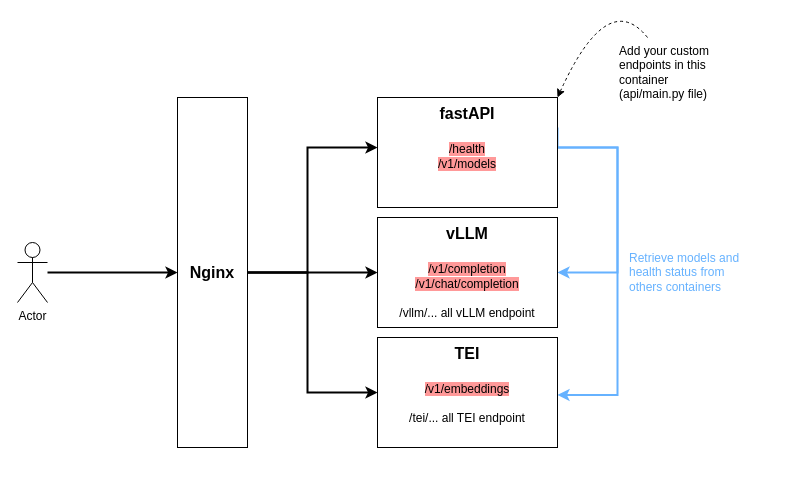
This is assets/vllmembeddings.drawio from etalab-ia/albert-models, a draw.io file, before an edit. Source tidied: cells renumbered, new cells numbered last; positions are measured from the earlier drawing's top-left corner, leaving out a move shared by most shapes. Both pictures are drawn from the tidied source at 100%, with x=0, y=0 at pixel (17, -13). Pictures stored in the file or linked from it are replaced by grey dashed boxes.
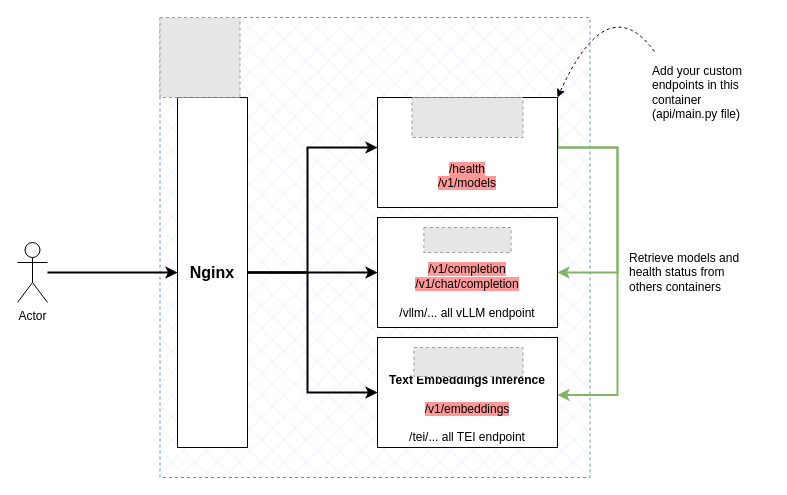
Above is the later version.

The change refers to these unchanged cells:
```xml
<mxCell id="5" value="&lt;font style=&quot;font-size: 16px;&quot;&gt;&lt;b&gt;Nginx&lt;/b&gt;&lt;/font&gt;" style="rounded=0;whiteSpace=wrap;html=1;verticalAlign=middle;" parent="1" vertex="1">
  <mxGeometry x="160" y="110" width="70" height="350" as="geometry" />
</mxCell>
```

Change to the diagram source:
```diff
@@
-    <mxCell id="2" style="edgeStyle=orthogonalEdgeStyle;rounded=0;jettySize=auto;html=1;strokeWidth=2;" parent="1" edge="1" source="5" target="8">
-      <mxGeometry relative="1" as="geometry">
-        <Array as="points">
-          <mxPoint x="290" y="285" />
-          <mxPoint x="290" y="160" />
-        </Array>
-      </mxGeometry>
-    </mxCell>
-    <mxCell id="3" style="edgeStyle=orthogonalEdgeStyle;rounded=0;jettySize=auto;html=1;strokeWidth=2;" parent="1" edge="1" source="5" target="9">
-      <mxGeometry relative="1" as="geometry" />
-    </mxCell>
-    <mxCell id="4" style="edgeStyle=orthogonalEdgeStyle;rounded=0;jettySize=auto;html=1;exitX=1;exitY=0.5;exitDx=0;exitDy=0;entryX=0;entryY=0.5;entryDx=0;entryDy=0;strokeWidth=2;" parent="1" edge="1" source="5" target="10">
-      <mxGeometry relative="1" as="geometry">
-        <Array as="points">
-          <mxPoint x="290" y="285" />
-          <mxPoint x="290" y="405" />
-        </Array>
-      </mxGeometry>
-    </mxCell>
+    <mxCell id="16" style="rounded=0;whiteSpace=wrap;html=1;fillColor=#dae8fc;dashed=1;strokeColor=#6c8ebf;gradientColor=none;fillStyle=cross-hatch;" parent="1" vertex="1">
+      <mxGeometry x="142.5" y="30" width="430" height="460" as="geometry" />
+    </mxCell>
+    <mxCell id="17" style="edgeStyle=orthogonalEdgeStyle;rounded=0;jettySize=auto;html=1;strokeWidth=2;" parent="1" edge="1" source="5" target="22">
+      <mxGeometry relative="1" as="geometry">
+        <Array as="points">
+          <mxPoint x="290" y="285" />
+          <mxPoint x="290" y="160" />
+        </Array>
+      </mxGeometry>
+    </mxCell>
+    <mxCell id="18" style="edgeStyle=orthogonalEdgeStyle;rounded=0;jettySize=auto;html=1;strokeWidth=2;" parent="1" edge="1" source="5" target="23">
+      <mxGeometry relative="1" as="geometry" />
+    </mxCell>
+    <mxCell id="19" style="edgeStyle=orthogonalEdgeStyle;rounded=0;jettySize=auto;html=1;exitX=1;exitY=0.5;exitDx=0;exitDy=0;entryX=0;entryY=0.5;entryDx=0;entryDy=0;strokeWidth=2;" parent="1" edge="1" source="5" target="24">
+      <mxGeometry relative="1" as="geometry">
+        <Array as="points">
+          <mxPoint x="290" y="285" />
+          <mxPoint x="290" y="405" />
+        </Array>
+      </mxGeometry>
+    </mxCell>
@@
-    <mxCell id="6" style="edgeStyle=orthogonalEdgeStyle;rounded=0;jettySize=auto;html=1;entryX=1;entryY=0.5;entryDx=0;entryDy=0;fillColor=#dae8fc;strokeColor=#66B2FF;strokeWidth=2;" parent="1" edge="1" source="8" target="9">
-      <mxGeometry relative="1" as="geometry">
-        <Array as="points">
-          <mxPoint x="600" y="160" />
-          <mxPoint x="600" y="285" />
-        </Array>
-      </mxGeometry>
-    </mxCell>
-    <mxCell id="7" style="edgeStyle=orthogonalEdgeStyle;rounded=0;orthogonalLoop=1;jettySize=auto;html=1;entryX=1;entryY=0.75;entryDx=0;entryDy=0;fillColor=#dae8fc;strokeColor=#66B2FF;strokeWidth=2;" parent="1" edge="1">
-      <mxGeometry relative="1" as="geometry">
-        <mxPoint x="540" y="140" as="sourcePoint" />
-        <mxPoint x="540" y="407.5" as="targetPoint" />
-        <Array as="points">
-          <mxPoint x="540" y="160" />
-          <mxPoint x="600" y="160" />
-          <mxPoint x="600" y="408" />
-        </Array>
-      </mxGeometry>
-    </mxCell>
-    <mxCell id="8" value="&lt;b&gt;fastAPI&lt;/b&gt;&lt;div&gt;&lt;b&gt;&lt;br&gt;&lt;/b&gt;&lt;/div&gt;&lt;div style=&quot;font-size: 12px;&quot;&gt;&lt;font style=&quot;font-size: 12px; background-color: rgb(255, 153, 153);&quot;&gt;/health&lt;/font&gt;&lt;/div&gt;&lt;div style=&quot;font-size: 12px;&quot;&gt;&lt;font style=&quot;font-size: 12px; background-color: rgb(255, 153, 153);&quot;&gt;/v1/models&lt;/font&gt;&lt;/div&gt;" style="rounded=0;whiteSpace=wrap;html=1;fontSize=16;verticalAlign=top;" parent="1" vertex="1">
-      <mxGeometry x="360" y="110" width="180" height="110" as="geometry" />
-    </mxCell>
-    <mxCell id="9" value="&lt;b&gt;&lt;font style=&quot;font-size: 16px;&quot;&gt;vLLM&lt;/font&gt;&lt;/b&gt;&lt;div&gt;&lt;b&gt;&lt;font style=&quot;font-size: 16px;&quot;&gt;&lt;br&gt;&lt;/font&gt;&lt;/b&gt;&lt;/div&gt;&lt;div&gt;&lt;font style=&quot;font-size: 12px; background-color: rgb(255, 153, 153);&quot;&gt;/v1/completion&lt;/font&gt;&lt;/div&gt;&lt;div&gt;&lt;font style=&quot;font-size: 12px; background-color: rgb(255, 153, 153);&quot;&gt;/v1/chat/completion&lt;/font&gt;&lt;/div&gt;&lt;div&gt;&lt;font style=&quot;font-size: 12px;&quot;&gt;&lt;br&gt;&lt;/font&gt;&lt;/div&gt;&lt;div&gt;&lt;font style=&quot;font-size: 12px;&quot;&gt;/vllm/... all vLLM endpoint&lt;/font&gt;&lt;/div&gt;" style="rounded=0;whiteSpace=wrap;html=1;verticalAlign=top;" parent="1" vertex="1">
-      <mxGeometry x="360" y="230" width="180" height="110" as="geometry" />
-    </mxCell>
-    <mxCell id="10" value="&lt;b&gt;&lt;font style=&quot;font-size: 16px;&quot;&gt;TEI&lt;/font&gt;&lt;/b&gt;&lt;div&gt;&lt;b&gt;&lt;font style=&quot;font-size: 16px;&quot;&gt;&lt;br&gt;&lt;/font&gt;&lt;/b&gt;&lt;/div&gt;&lt;div&gt;&lt;font style=&quot;font-size: 12px; background-color: rgb(255, 153, 153);&quot;&gt;/v1/embeddings&lt;/font&gt;&lt;/div&gt;&lt;div&gt;&lt;font style=&quot;font-size: 12px;&quot;&gt;&lt;br&gt;&lt;/font&gt;&lt;/div&gt;&lt;div&gt;/tei/... all TEI endpoint&lt;/div&gt;" style="rounded=0;whiteSpace=wrap;html=1;verticalAlign=top;" parent="1" vertex="1">
-      <mxGeometry x="360" y="350" width="180" height="110" as="geometry" />
-    </mxCell>
+    <mxCell id="20" style="edgeStyle=orthogonalEdgeStyle;rounded=0;jettySize=auto;html=1;entryX=1;entryY=0.5;entryDx=0;entryDy=0;fillColor=#d5e8d4;strokeColor=#82b366;strokeWidth=2;" parent="1" edge="1" source="22" target="23">
+      <mxGeometry relative="1" as="geometry">
+        <Array as="points">
+          <mxPoint x="600" y="160" />
+          <mxPoint x="600" y="285" />
+        </Array>
+      </mxGeometry>
+    </mxCell>
+    <mxCell id="21" style="edgeStyle=orthogonalEdgeStyle;rounded=0;orthogonalLoop=1;jettySize=auto;html=1;entryX=1;entryY=0.75;entryDx=0;entryDy=0;fillColor=#d5e8d4;strokeColor=#82b366;strokeWidth=2;" parent="1" edge="1">
+      <mxGeometry relative="1" as="geometry">
+        <mxPoint x="540" y="140" as="sourcePoint" />
+        <mxPoint x="540" y="407.5" as="targetPoint" />
+        <Array as="points">
+          <mxPoint x="540" y="160" />
+          <mxPoint x="600" y="160" />
+          <mxPoint x="600" y="408" />
+        </Array>
+      </mxGeometry>
+    </mxCell>
+    <mxCell id="22" value="&lt;div&gt;&lt;br&gt;&lt;/div&gt;&lt;div&gt;&lt;br&gt;&lt;/div&gt;&lt;br&gt;&lt;div style=&quot;font-size: 12px;&quot;&gt;&lt;font style=&quot;font-size: 12px; background-color: rgb(255, 153, 153);&quot;&gt;/health&lt;/font&gt;&lt;/div&gt;&lt;div style=&quot;font-size: 12px;&quot;&gt;&lt;font style=&quot;font-size: 12px; background-color: rgb(255, 153, 153);&quot;&gt;/v1/models&lt;/font&gt;&lt;/div&gt;" style="rounded=0;whiteSpace=wrap;html=1;fontSize=16;verticalAlign=top;" parent="1" vertex="1">
+      <mxGeometry x="360" y="110" width="180" height="110" as="geometry" />
+    </mxCell>
+    <mxCell id="23" value="&lt;div style=&quot;font-size: 16px;&quot;&gt;&lt;br&gt;&lt;/div&gt;&lt;div&gt;&lt;b&gt;&lt;font style=&quot;font-size: 16px;&quot;&gt;&lt;br&gt;&lt;/font&gt;&lt;/b&gt;&lt;/div&gt;&lt;div&gt;&lt;font style=&quot;font-size: 12px; background-color: rgb(255, 153, 153);&quot;&gt;/v1/completion&lt;/font&gt;&lt;/div&gt;&lt;div&gt;&lt;font style=&quot;font-size: 12px; background-color: rgb(255, 153, 153);&quot;&gt;/v1/chat/completion&lt;/font&gt;&lt;/div&gt;&lt;div&gt;&lt;font style=&quot;font-size: 12px;&quot;&gt;&lt;br&gt;&lt;/font&gt;&lt;/div&gt;&lt;div&gt;&lt;font style=&quot;font-size: 12px;&quot;&gt;/vllm/... all vLLM endpoint&lt;/font&gt;&lt;/div&gt;" style="rounded=0;whiteSpace=wrap;html=1;verticalAlign=top;" parent="1" vertex="1">
+      <mxGeometry x="360" y="230" width="180" height="110" as="geometry" />
+    </mxCell>
+    <mxCell id="24" value="&lt;div&gt;&lt;b&gt;&lt;font style=&quot;font-size: 12px;&quot;&gt;&lt;br&gt;&lt;/font&gt;&lt;/b&gt;&lt;/div&gt;&lt;b&gt;&lt;font style=&quot;font-size: 12px;&quot;&gt;&lt;div&gt;&lt;b&gt;&lt;font style=&quot;font-size: 12px;&quot;&gt;&lt;br&gt;&lt;/font&gt;&lt;/b&gt;&lt;/div&gt;Text Embeddings Inference&lt;/font&gt;&lt;/b&gt;&lt;div&gt;&lt;br&gt;&lt;/div&gt;&lt;div&gt;&lt;font style=&quot;font-size: 12px; background-color: rgb(255, 153, 153);&quot;&gt;/v1/embeddings&lt;/font&gt;&lt;/div&gt;&lt;div&gt;&lt;font style=&quot;font-size: 12px;&quot;&gt;&lt;br&gt;&lt;/font&gt;&lt;/div&gt;&lt;div&gt;/tei/... all TEI endpoint&lt;/div&gt;" style="rounded=0;whiteSpace=wrap;html=1;verticalAlign=top;" parent="1" vertex="1">
+      <mxGeometry x="360" y="350" width="180" height="110" as="geometry" />
+    </mxCell>
@@
-    <mxCell id="13" value="Retrieve models and health status from others containers" style="text;html=1;align=left;verticalAlign=middle;whiteSpace=wrap;rounded=0;fontColor=#66B2FF;" parent="1" vertex="1">
+    <mxCell id="13" value="Retrieve models and health status from others containers" style="text;html=1;align=left;verticalAlign=middle;whiteSpace=wrap;rounded=0;fillColor=none;strokeColor=none;" parent="1" vertex="1">
       <mxGeometry x="610" y="245" width="120" height="80" as="geometry" />
     </mxCell>
-    <mxCell id="14" style="curved=1;endArrow=classic;html=1;rounded=0;entryX=1;entryY=0;entryDx=0;entryDy=0;dashed=1;" parent="1" edge="1" target="8">
-      <mxGeometry relative="1" as="geometry">
-        <mxPoint x="630" y="50" as="sourcePoint" />
-        <Array as="points">
-          <mxPoint x="590" />
-        </Array>
-      </mxGeometry>
-    </mxCell>
+    <mxCell id="25" style="curved=1;endArrow=classic;html=1;rounded=0;entryX=1;entryY=0;entryDx=0;entryDy=0;dashed=1;exitX=0.037;exitY=-0.086;exitDx=0;exitDy=0;exitPerimeter=0;" parent="1" edge="1" source="15" target="22">
+      <mxGeometry relative="1" as="geometry">
+        <Array as="points">
+          <mxPoint x="590" />
+        </Array>
+      </mxGeometry>
+    </mxCell>
     <mxCell id="15" value="Add your custom endpoints in this container (api/main.py file)" style="text;html=1;align=left;verticalAlign=middle;whiteSpace=wrap;rounded=0;" parent="1" vertex="1">
-      <mxGeometry x="600" y="50" width="120" height="70" as="geometry" />
+      <mxGeometry x="632.5" y="70" width="120" height="70" as="geometry" />
     </mxCell>
+    <mxCell id="26" style="fillColor=#E6E6E6;strokeColor=#999999;dashed=1;verticalLabelPosition=bottom;labelBackgroundColor=default;verticalAlign=top;" parent="1" vertex="1">
+      <mxGeometry x="142.5" y="30" width="80" height="80" as="geometry" />
+    </mxCell>
+    <mxCell id="27" style="fillColor=#E6E6E6;strokeColor=#999999;dashed=1;verticalLabelPosition=bottom;labelBackgroundColor=default;verticalAlign=top;" parent="1" vertex="1">
+      <mxGeometry x="406.4" y="240" width="87.2" height="25" as="geometry" />
+    </mxCell>
+    <mxCell id="28" style="fillColor=#E6E6E6;strokeColor=#999999;dashed=1;verticalLabelPosition=bottom;labelBackgroundColor=default;verticalAlign=top;" parent="1" vertex="1">
+      <mxGeometry x="394.5" y="110" width="111" height="40" as="geometry" />
+    </mxCell>
+    <mxCell id="29" style="fillColor=#E6E6E6;strokeColor=#999999;dashed=1;verticalLabelPosition=bottom;labelBackgroundColor=default;verticalAlign=top;" parent="1" vertex="1">
+      <mxGeometry x="396.4" y="360" width="109.1" height="29" as="geometry" />
+    </mxCell>
```
